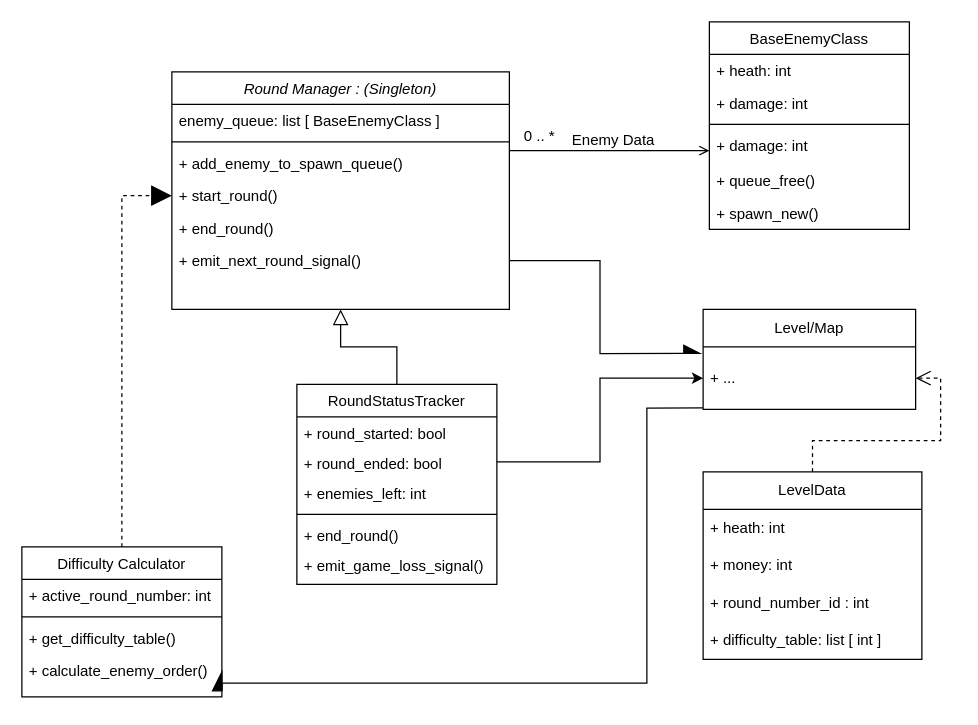
Before: Docs/Nathan/class_diagram.drawio in flightcontrol40/CS-383-Project, a draw.io diagram. Source tidied: cells renumbered, new cells numbered last; positions are measured from the earlier drawing's top-left corner, leaving out a move shared by most shapes. Both pictures are drawn from the tidied source at 125%, with x=0, y=0 at pixel (21, 21).
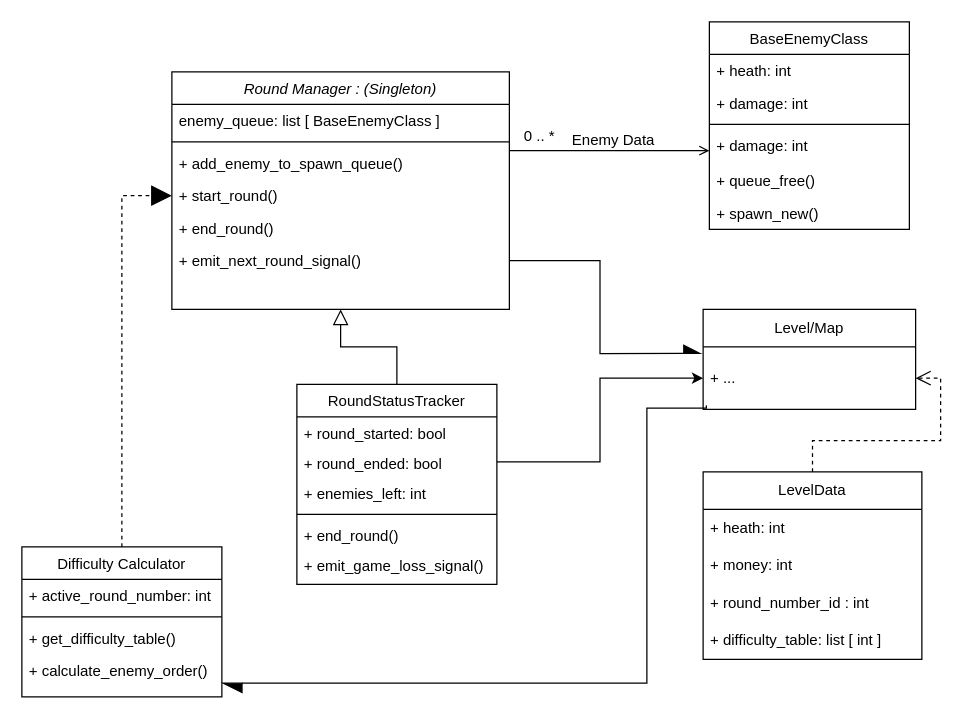
The same diagram, later.

Commit message (it also covers changes not shown here):
updated class diagram

The change refers to these unchanged cells:
```xml
<mxCell id="13" value="+ calculate_enemy_order()" style="text;align=left;verticalAlign=top;spacingLeft=4;spacingRight=4;overflow=hidden;points=[[0,0.5],[1,0.5]];portConstraint=eastwest;rounded=0;shadow=0;html=0;" parent="9" vertex="1">
  <mxGeometry y="86" width="160" height="26" as="geometry" />
</mxCell>
<mxCell id="33" value="+ ..." style="text;strokeColor=none;fillColor=none;align=left;verticalAlign=middle;spacingLeft=4;spacingRight=4;overflow=hidden;points=[[0,0.5],[1,0.5]];portConstraint=eastwest;whiteSpace=wrap;html=1;" parent="32" vertex="1">
  <mxGeometry y="30" width="170" height="50" as="geometry" />
</mxCell>
```

The edit, as a diff of the source:
```diff
@@
-    <mxCell id="36" style="edgeStyle=orthogonalEdgeStyle;rounded=0;jettySize=auto;html=1;exitX=-0.001;exitY=0.977;exitDx=0;exitDy=0;entryX=1;entryY=0.5;entryDx=0;entryDy=0;endArrow=async;endFill=1;endSize=14;exitPerimeter=0;" parent="1" edge="1" source="33" target="13">
+    <mxCell id="36" style="edgeStyle=orthogonalEdgeStyle;rounded=0;jettySize=auto;html=1;exitX=0.015;exitY=0.936;exitDx=0;exitDy=0;endArrow=async;endFill=1;endSize=14;exitPerimeter=0;" parent="1" edge="1" source="33" target="13">
       <mxGeometry relative="1" as="geometry">
         <Array as="points">
+          <mxPoint x="548" y="309" />
           <mxPoint x="500" y="309" />
           <mxPoint x="500" y="529" />
         </Array>
       </mxGeometry>
     </mxCell>
```
